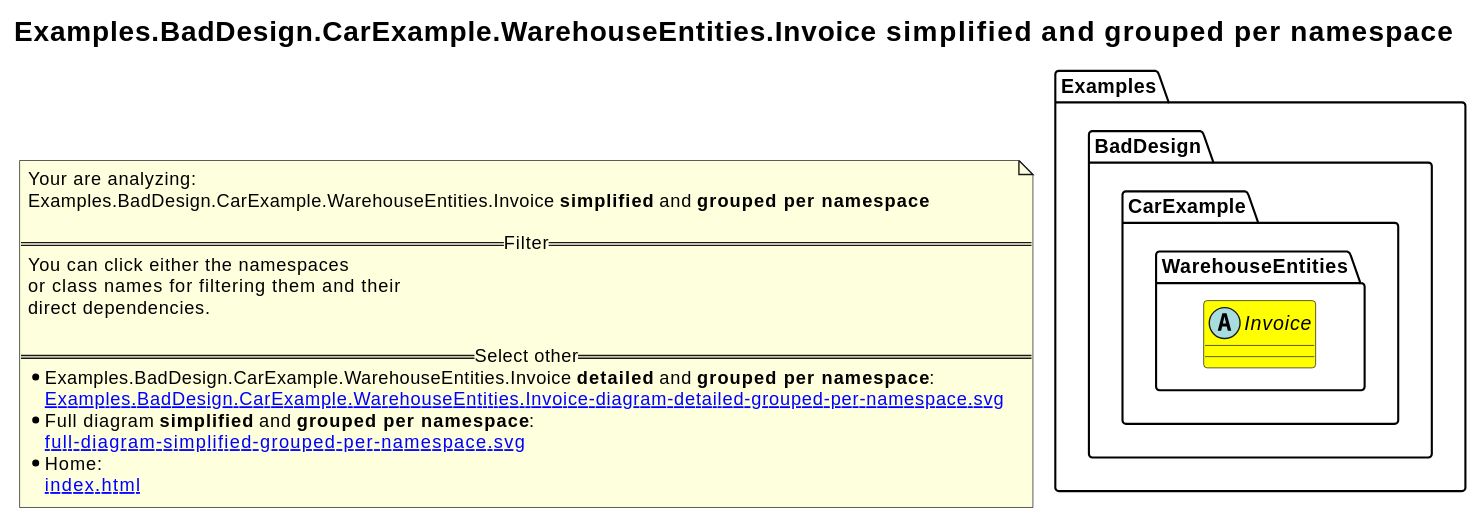
The PlantUML diagram revenger-csharp-adapter.out/Examples.BadDesign.CarExample.WarehouseEntities.Invoice-diagram-simplified-grouped-per-namespace.svg in 2BlackCoffees/revenger, before a commit.
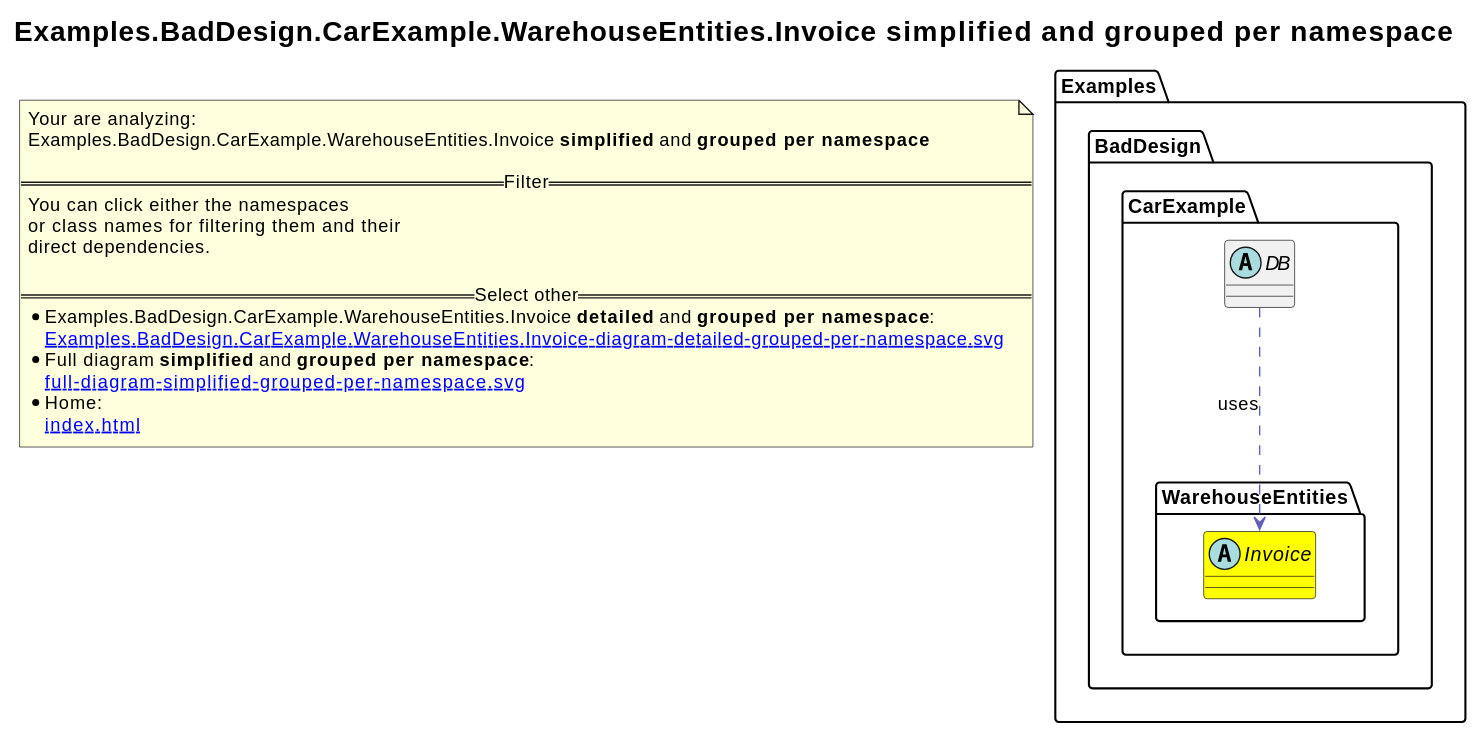
The same file after the commit.

The edit, as a diff of the source:
```diff
@@ -2,6 +2,14 @@
 skinparam linetype ortho
 title <size:20>Examples.BadDesign.CarExample.WarehouseEntities.Invoice **simplified** and **grouped per namespace**</size>
 note "Your are analyzing:\nExamples.BadDesign.CarExample.WarehouseEntities.Invoice **simplified** and **grouped per namespace**\n\n==Filter==\nYou can click either the namespaces \nor class names for filtering them and their\ndirect dependencies.\n\n==Select other==\n* Examples.BadDesign.CarExample.WarehouseEntities.Invoice **detailed** and **grouped per namespace**:\n   [[Examples.BadDesign.CarExample.WarehouseEntities.Invoice-diagram-detailed-grouped-per-namespace.svg]]\n* Full diagram **simplified** and **grouped per namespace**:\n   [[full-diagram-simplified-grouped-per-namespace.svg]]\n* Home:\n   [[index.html]]" as FloatingNote
+namespace Examples [[Examples-diagram-simplified-grouped-per-namespace.svg]] {
+namespace Examples.BadDesign [[Examples.BadDesign-diagram-simplified-grouped-per-namespace.svg]] {
+namespace Examples.BadDesign.CarExample [[Examples.BadDesign.CarExample-diagram-simplified-grouped-per-namespace.svg]] {
+    abstract class Examples.BadDesign.CarExample.DB [[Examples.BadDesign.CarExample.DB-diagram-simplified-grouped-per-namespace.svg]]  {
+    }
+}
+}
+}
 namespace Examples [[Examples-diagram-simplified-grouped-per-namespace.svg]] {
 namespace Examples.BadDesign [[Examples.BadDesign-diagram-simplified-grouped-per-namespace.svg]] {
 namespace Examples.BadDesign.CarExample [[Examples.BadDesign.CarExample-diagram-simplified-grouped-per-namespace.svg]] {
@@ -12,4 +20,5 @@
 }
 }
 }
+Examples.BadDesign.CarExample.DB .[#6060BB].> Examples.BadDesign.CarExample.WarehouseEntities.Invoice  : uses
 @enduml
```
